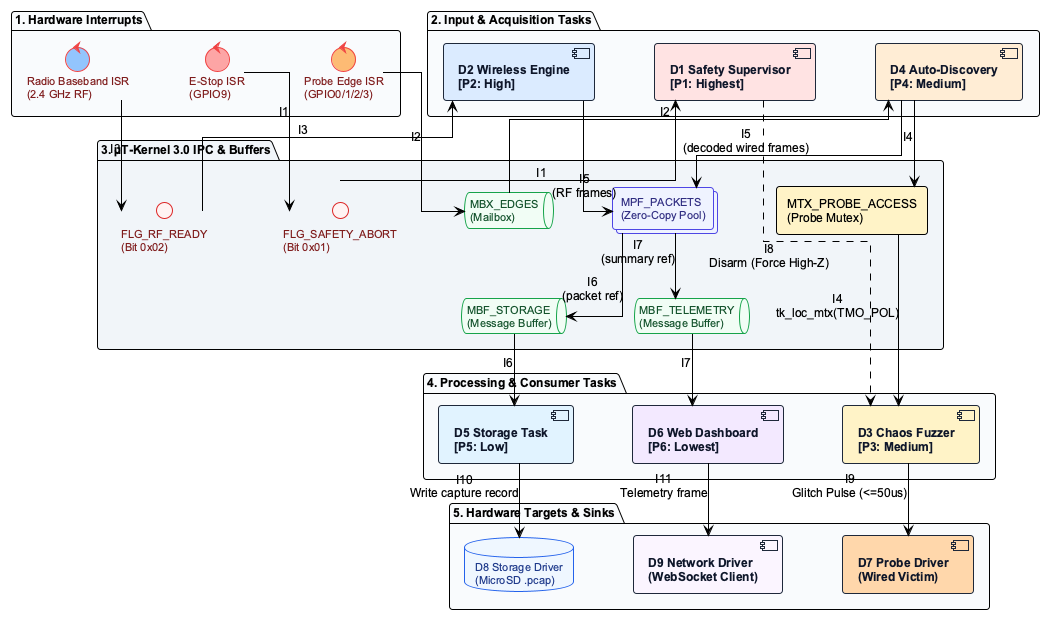
Above: diagrams/task_interaction.png in adoreblvnk/whattheflip (PlantUML), before the change.
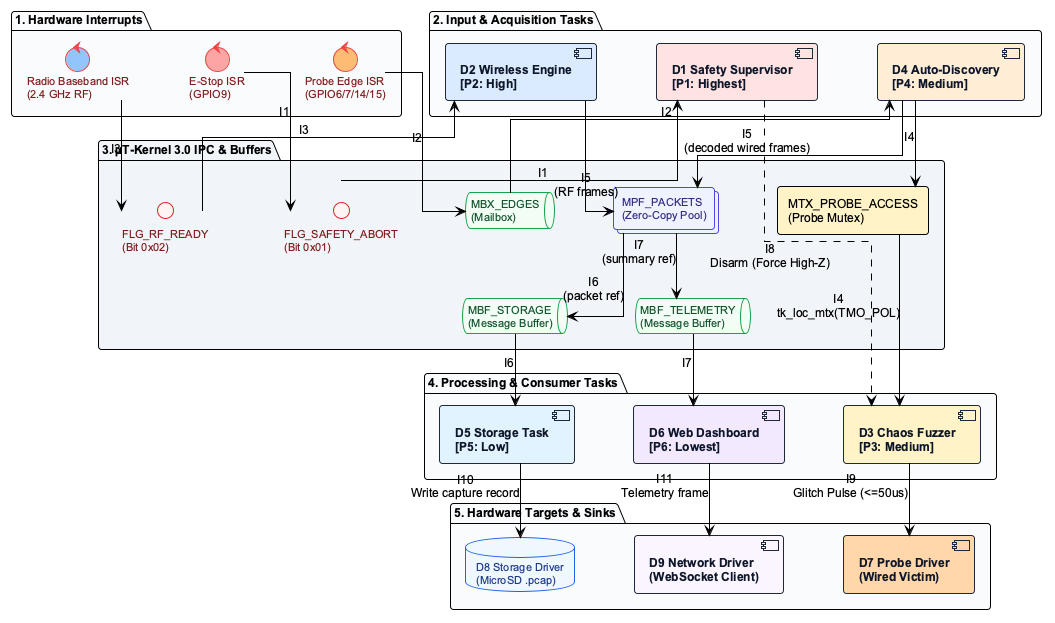
The same diagram one commit later.

Change to the diagram source:
```diff
@@ -54,7 +54,7 @@
 
 package "1. Hardware Interrupts" as PKG_HW #F8FAFC {
     control "E-Stop ISR\n(GPIO9)" as ISR_EStop #FCA5A5
-    control "Probe Edge ISR\n(GPIO0/1/2/3)" as ISR_Probe #FDBA74
+    control "Probe Edge ISR\n(GPIO6/7/14/15)" as ISR_Probe #FDBA74
     control "Radio Baseband ISR\n(2.4 GHz RF)" as ISR_Radio #93C5FD
 }
 
```
